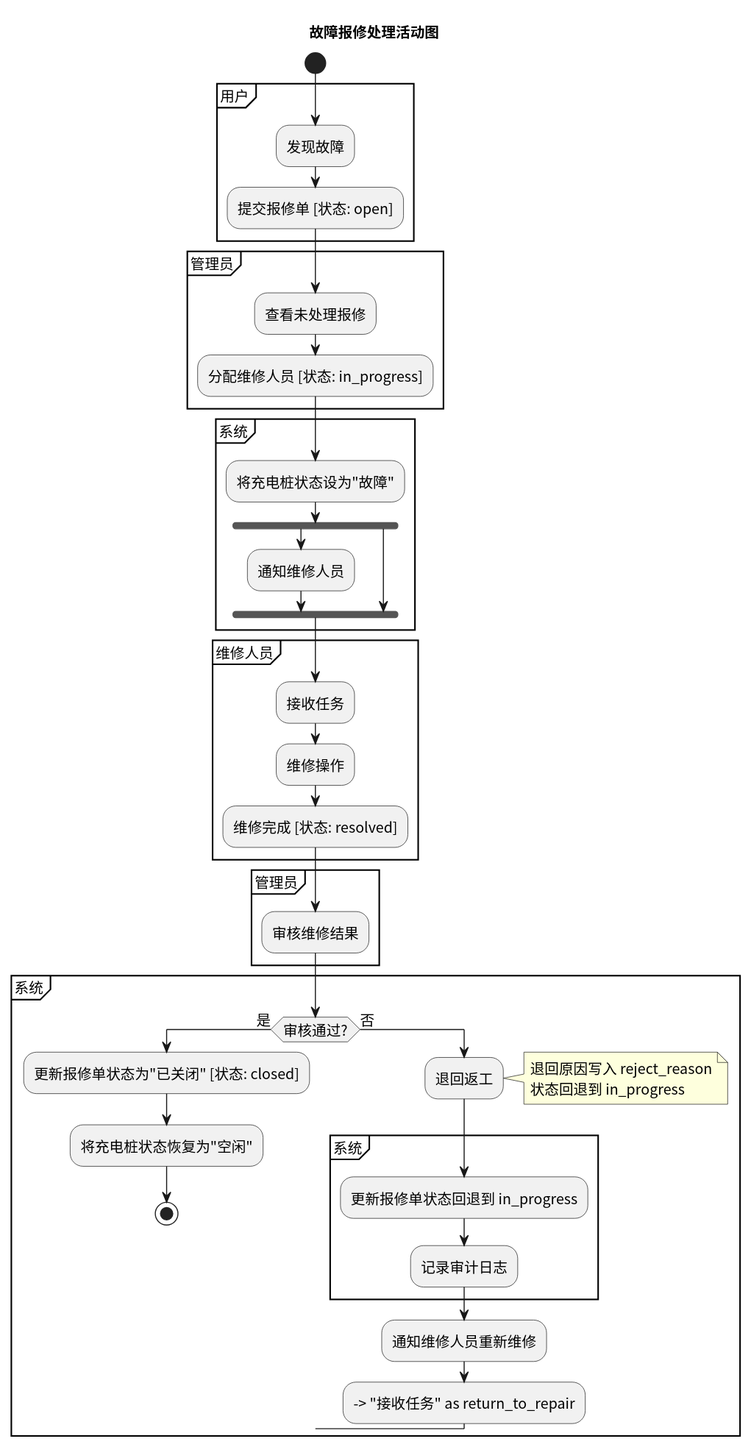
Before: activity/img/activity_repair.svg, a diagram exported from PlantUML (greenhandzdl/charging-station-doc).
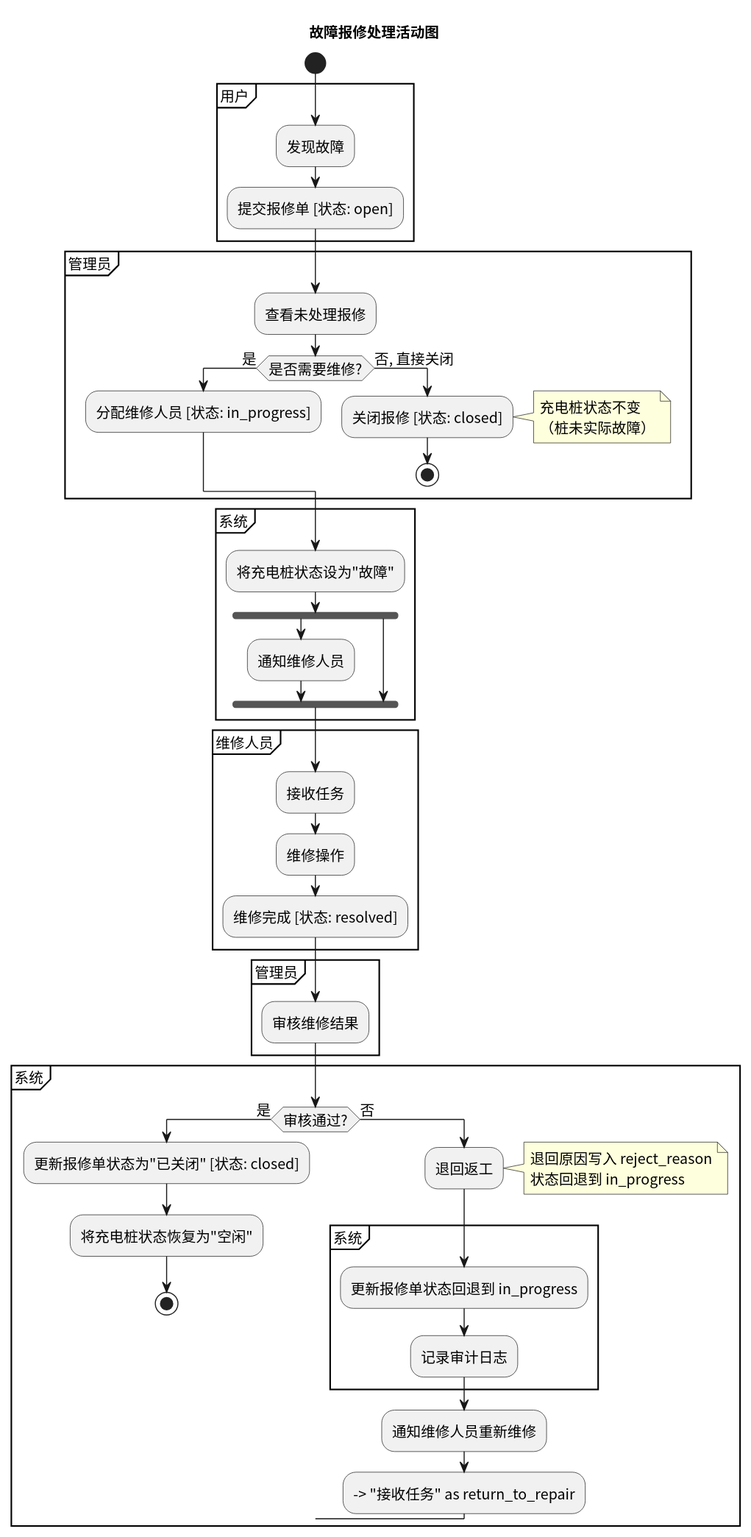
After the change.

Change to the diagram source:
```diff
@@ -11,7 +11,13 @@
 
 partition "管理员" {
   :查看未处理报修;
-  :分配维修人员 [状态: in_progress];
+  if (是否需要维修?) then (是)
+    :分配维修人员 [状态: in_progress];
+  else (否, 直接关闭)
+    :关闭报修 [状态: closed];
+    note right: 充电桩状态不变\n（桩未实际故障）
+    stop
+  endif
 }
 
 partition "系统" {
```
